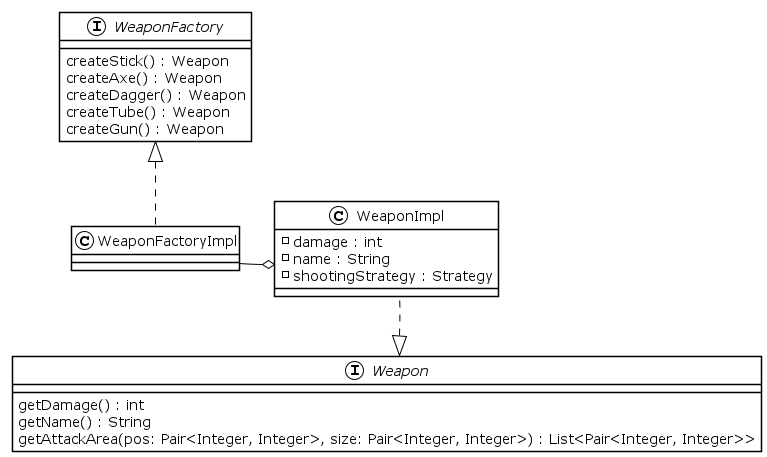
CrazyPingu/OOP21-MAP keeps this PlantUML diagram as img/uml/Weapon.png. Above is the earlier version.
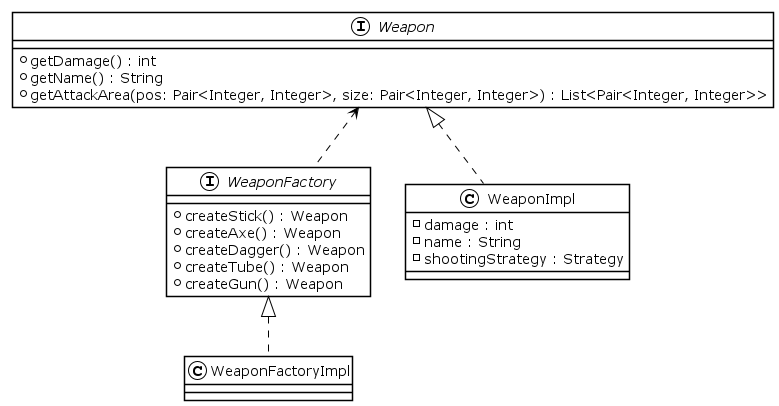
Above is the later version.

The edit, as a diff of the source:
```diff
@@ -1,27 +1,22 @@
 @startuml Weapon
 !theme plain
 interface WeaponFactory {
-    createStick() : Weapon
-    createAxe() : Weapon
-    createDagger() : Weapon
-    createTube() : Weapon
-    createGun() : Weapon
+    + createStick() : Weapon
+    + createAxe() : Weapon
+    + createDagger() : Weapon
+    + createTube() : Weapon
+    + createGun() : Weapon
 }
 class WeaponFactoryImpl implements WeaponFactory
-
 interface Weapon {
-    getDamage() : int
-    getName() : String
-    getAttackArea(pos: Pair<Integer, Integer>, size: Pair<Integer, Integer>) : List<Pair<Integer, Integer>>
+    + getDamage() : int
+    + getName() : String
+    + getAttackArea(pos: Pair<Integer, Integer>, size: Pair<Integer, Integer>) : List<Pair<Integer, Integer>>
 }
 class WeaponImpl implements Weapon {
     - damage : int
     - name : String
     - shootingStrategy : Strategy
 }
-
-WeaponFactoryImpl -o WeaponImpl
-WeaponFactoryImpl -down[hidden] WeaponImpl
-WeaponImpl --down[hidden] Weapon
-
+WeaponFactory .up.> Weapon
 @enduml
```
